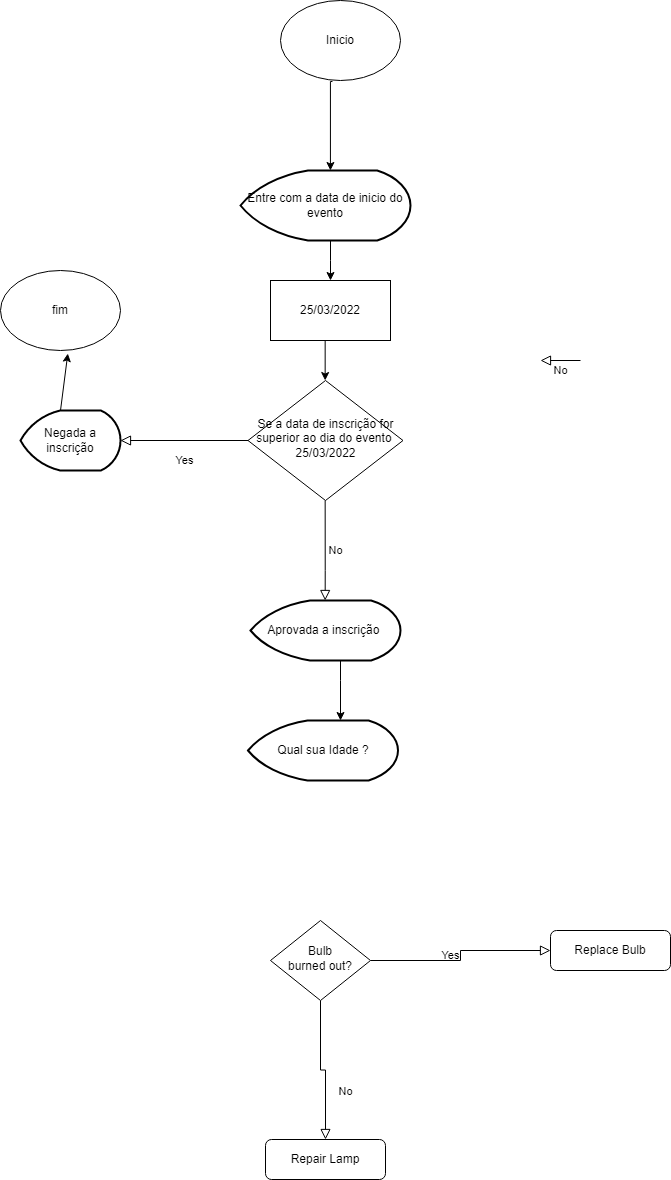
Earlier version of the draw.io export Untitled Diagram.drawio.png (EvertonMDS/Fluxograma). Source tidied: cells renumbered, new cells last; positions are measured from the earlier drawing's top-left corner, leaving out a move shared by most shapes.
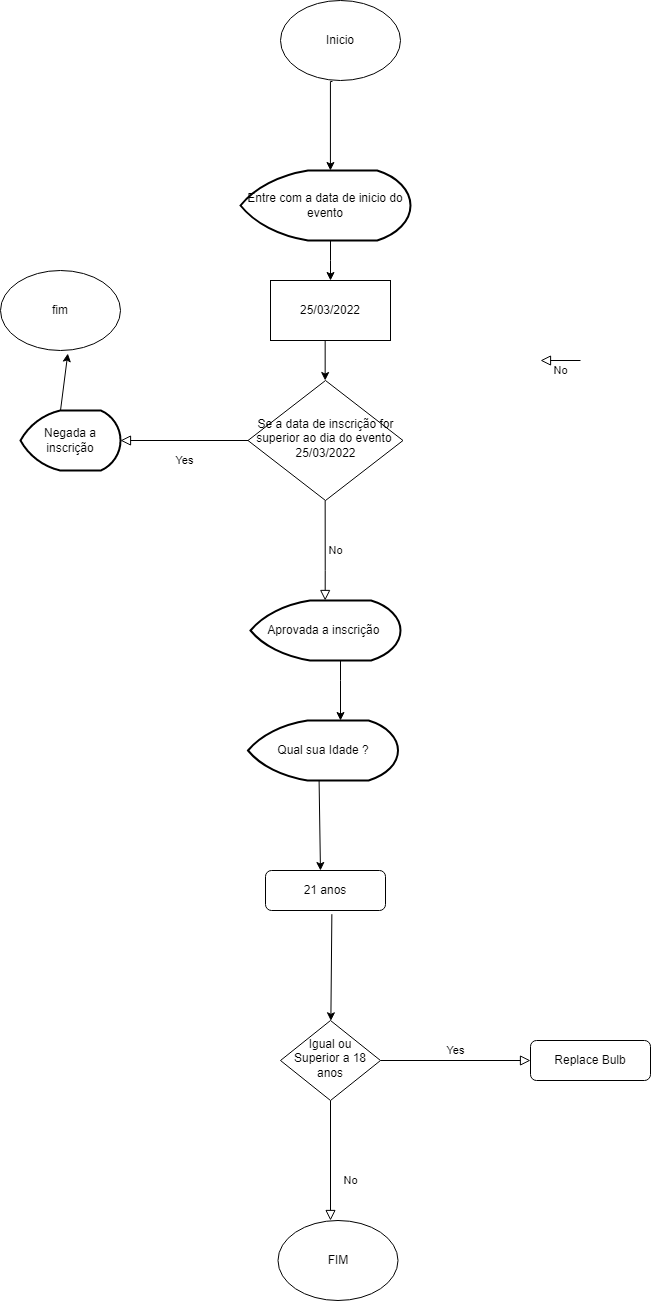
Above is the later version.

Change to the diagram source:
```diff
@@ -5,20 +5,19 @@
     <mxCell id="2" value="Se a data de inscrição for superior ao dia do evento&amp;nbsp; 25/03/2022" style="rhombus;whiteSpace=wrap;html=1;shadow=0;fontFamily=Helvetica;fontSize=12;align=center;strokeWidth=1;spacing=6;spacingTop=-4;" parent="1" vertex="1">
       <mxGeometry x="247.5" y="380" width="155" height="120" as="geometry" />
     </mxCell>
-    <mxCell id="3" value="No" style="rounded=0;html=1;jettySize=auto;fontSize=11;endArrow=block;endFill=0;endSize=8;strokeWidth=1;shadow=0;labelBackgroundColor=none;edgeStyle=orthogonalEdgeStyle;" parent="1" edge="1" source="5" target="6">
-      <mxGeometry x="0.33" y="20" relative="1" as="geometry" />
+    <mxCell id="3" value="No" style="rounded=0;html=1;jettySize=auto;fontSize=11;endArrow=block;endFill=0;endSize=8;strokeWidth=1;shadow=0;labelBackgroundColor=none;edgeStyle=orthogonalEdgeStyle;" parent="1" edge="1" source="5">
+      <mxGeometry x="0.33" y="20" relative="1" as="geometry">
+        <mxPoint x="330" y="1220" as="targetPoint" />
+      </mxGeometry>
     </mxCell>
-    <mxCell id="4" value="Yes" style="edgeStyle=orthogonalEdgeStyle;rounded=0;html=1;jettySize=auto;fontSize=11;endArrow=block;endFill=0;endSize=8;strokeWidth=1;shadow=0;labelBackgroundColor=none;" parent="1" edge="1" source="5" target="7">
+    <mxCell id="4" value="Yes" style="edgeStyle=orthogonalEdgeStyle;rounded=0;html=1;jettySize=auto;fontSize=11;endArrow=block;endFill=0;endSize=8;strokeWidth=1;shadow=0;labelBackgroundColor=none;entryX=0;entryY=0.5;entryDx=0;entryDy=0;" parent="1" edge="1" source="5" target="7">
       <mxGeometry y="10" relative="1" as="geometry" />
     </mxCell>
-    <mxCell id="5" value="Bulb&lt;br&gt;burned out?" style="rhombus;whiteSpace=wrap;html=1;shadow=0;fontFamily=Helvetica;fontSize=12;align=center;strokeWidth=1;spacing=6;spacingTop=-4;" parent="1" vertex="1">
-      <mxGeometry x="270" y="920" width="100" height="80" as="geometry" />
+    <mxCell id="5" value="Igual ou Superior a 18 anos" style="rhombus;whiteSpace=wrap;html=1;shadow=0;fontFamily=Helvetica;fontSize=12;align=center;strokeWidth=1;spacing=6;spacingTop=-4;" parent="1" vertex="1">
+      <mxGeometry x="280" y="1020" width="100" height="80" as="geometry" />
     </mxCell>
-    <mxCell id="6" value="Repair Lamp" style="rounded=1;whiteSpace=wrap;html=1;fontSize=12;glass=0;strokeWidth=1;shadow=0;" parent="1" vertex="1">
-      <mxGeometry x="265" y="1139" width="120" height="40" as="geometry" />
-    </mxCell>
     <mxCell id="7" value="Replace Bulb" style="rounded=1;whiteSpace=wrap;html=1;fontSize=12;glass=0;strokeWidth=1;shadow=0;" parent="1" vertex="1">
-      <mxGeometry x="550" y="930" width="120" height="40" as="geometry" />
+      <mxGeometry x="530" y="1040" width="120" height="40" as="geometry" />
     </mxCell>
     <mxCell id="8" value="Inicio" style="ellipse;whiteSpace=wrap;html=1;" parent="1" vertex="1">
       <mxGeometry x="280" width="120" height="80" as="geometry" />
@@ -100,5 +99,17 @@
     <mxCell id="22" value="Qual sua Idade ?" style="strokeWidth=2;html=1;shape=mxgraph.flowchart.display;whiteSpace=wrap;" parent="1" vertex="1">
       <mxGeometry x="247.5" y="720" width="150" height="60" as="geometry" />
     </mxCell>
+    <mxCell id="23" value="FIM" style="ellipse;whiteSpace=wrap;html=1;" parent="1" vertex="1">
+      <mxGeometry x="277.5" y="1220" width="120" height="80" as="geometry" />
+    </mxCell>
+    <mxCell id="24" value="21 anos" style="rounded=1;whiteSpace=wrap;html=1;fontSize=12;glass=0;strokeWidth=1;shadow=0;" parent="1" vertex="1">
+      <mxGeometry x="265" y="870" width="120" height="40" as="geometry" />
+    </mxCell>
+    <mxCell id="25" style="endArrow=classic;html=1;rounded=0;entryX=0.458;entryY=0;entryDx=0;entryDy=0;entryPerimeter=0;exitX=0.474;exitY=1.006;exitDx=0;exitDy=0;exitPerimeter=0;" parent="1" edge="1" source="22" target="24">
+      <mxGeometry relative="1" as="geometry" />
+    </mxCell>
+    <mxCell id="26" style="endArrow=classic;html=1;rounded=0;exitX=0.553;exitY=1.092;exitDx=0;exitDy=0;exitPerimeter=0;" parent="1" edge="1" source="24" target="5">
+      <mxGeometry relative="1" as="geometry" />
+    </mxCell>
   </root>
 </mxGraphModel>
```
